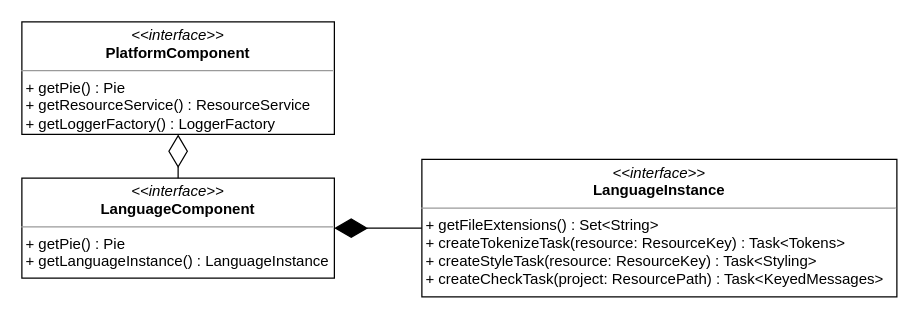
Earlier version of the draw.io diagram page "LanguageInstance" (15 of 22) of Spoofax3 Diagrams.drawio (AZWN/Spoofax-pie-diagrams). Source tidied: cells renumbered, new cells numbered last; positions are measured from the earlier drawing's top-left corner, leaving out a move shared by most shapes. Both pictures are drawn from the tidied source at 125%, with x=0, y=0 at pixel (21, 21).
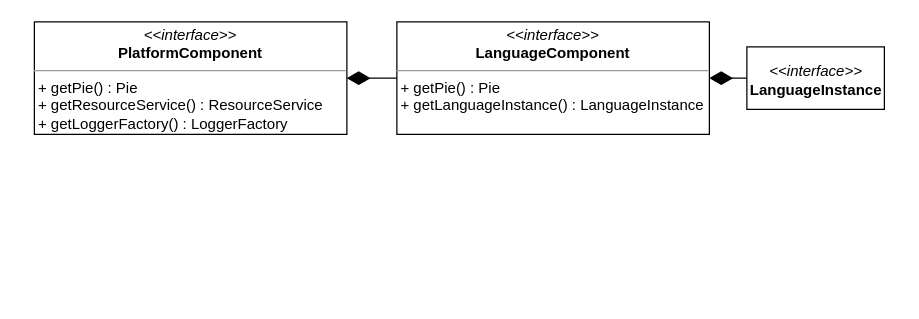
The same diagram, later.

Diff of the diagram source:
```diff
@@
 <mxGraphModel>
   <root>
     <mxCell id="0" />
     <mxCell id="1" parent="0" />
-    <mxCell id="2" value="&lt;p style=&quot;margin: 0px ; margin-top: 4px ; text-align: center&quot;&gt;&lt;i&gt;&amp;lt;&amp;lt;interface&amp;gt;&amp;gt;&lt;/i&gt;&lt;br&gt;&lt;b&gt;LanguageInstance&lt;/b&gt;&lt;/p&gt;&lt;hr size=&quot;1&quot;&gt;&amp;nbsp;+ getFileExtensions() : Set&amp;lt;String&amp;gt; &lt;br&gt;&amp;nbsp;+ createTokenizeTask(resource: ResourceKey) : Task&amp;lt;Tokens&amp;gt;&lt;br&gt;&amp;nbsp;+ createStyleTask(resource: ResourceKey) : Task&amp;lt;Styling&amp;gt;&lt;br&gt;&amp;nbsp;+ createCheckTask(project: ResourcePath) : Task&amp;lt;KeyedMessages&amp;gt;" style="verticalAlign=top;align=left;overflow=fill;fontSize=12;fontFamily=Helvetica;html=1;" parent="1" vertex="1">
-      <mxGeometry x="320" y="110" width="380" height="110" as="geometry" />
-    </mxCell>
     <mxCell id="3" value="&lt;p style=&quot;margin: 0px ; margin-top: 4px ; text-align: center&quot;&gt;&lt;i&gt;&amp;lt;&amp;lt;interface&amp;gt;&amp;gt;&lt;/i&gt;&lt;br&gt;&lt;b&gt;LanguageComponent&lt;/b&gt;&lt;/p&gt;&lt;hr size=&quot;1&quot;&gt;&lt;div&gt;&amp;nbsp;+ getPie() : Pie&lt;/div&gt;&lt;div&gt;&amp;nbsp;+ getLanguageInstance() : LanguageInstance&lt;br&gt;&lt;/div&gt;" style="verticalAlign=top;align=left;overflow=fill;fontSize=12;fontFamily=Helvetica;html=1;" parent="1" vertex="1">
-      <mxGeometry y="125" width="250" height="80" as="geometry" />
+      <mxGeometry x="300" width="250" height="90" as="geometry" />
     </mxCell>
     <mxCell id="4" value="&lt;p style=&quot;margin: 0px ; margin-top: 4px ; text-align: center&quot;&gt;&lt;i&gt;&amp;lt;&amp;lt;interface&amp;gt;&amp;gt;&lt;/i&gt;&lt;br&gt;&lt;b&gt;PlatformComponent&lt;/b&gt;&lt;/p&gt;&lt;hr size=&quot;1&quot;&gt;&lt;div&gt;&amp;nbsp;+ getPie() : Pie&lt;br&gt;&amp;nbsp;+ getResourceService() : ResourceService&lt;br&gt;&amp;nbsp;+ getLoggerFactory() : LoggerFactory&lt;br&gt;&lt;/div&gt;&lt;div&gt;&lt;br&gt;&lt;/div&gt;" style="verticalAlign=top;align=left;overflow=fill;fontSize=12;fontFamily=Helvetica;html=1;" parent="1" vertex="1">
-      <mxGeometry width="250" height="90" as="geometry" />
+      <mxGeometry x="10" width="250" height="90" as="geometry" />
     </mxCell>
-    <mxCell id="5" style="endArrow=diamondThin;endFill=1;endSize=24;html=1;entryX=1;entryY=0.5;entryDx=0;entryDy=0;exitX=0;exitY=0.5;exitDx=0;exitDy=0;" parent="1" edge="1" source="2" target="3">
+    <mxCell id="5" style="endArrow=diamondThin;endFill=1;endSize=16;html=1;entryX=1;entryY=0.5;entryDx=0;entryDy=0;exitX=0;exitY=0.5;exitDx=0;exitDy=0;" parent="1" edge="1" source="7" target="3">
       <mxGeometry relative="1" as="geometry" />
     </mxCell>
+    <mxCell id="7" value="&lt;p style=&quot;margin: 0px ; margin-top: 4px ; text-align: center&quot;&gt;&lt;i&gt;&amp;lt;&amp;lt;interface&amp;gt;&amp;gt;&lt;/i&gt;&lt;br&gt;&lt;b&gt;LanguageInstance&lt;/b&gt;&lt;/p&gt;" style="html=1;" parent="1" vertex="1">
+      <mxGeometry x="580" y="20" width="110" height="50" as="geometry" />
+    </mxCell>
-    <mxCell id="6" style="endArrow=diamondThin;endFill=0;endSize=24;html=1;entryX=0.5;entryY=1;entryDx=0;entryDy=0;exitX=0.5;exitY=0;exitDx=0;exitDy=0;" parent="1" edge="1" source="3" target="4">
+    <mxCell id="6" style="endArrow=diamondThin;endFill=1;endSize=16;html=1;entryX=1;entryY=0.5;entryDx=0;entryDy=0;exitX=0;exitY=0.5;exitDx=0;exitDy=0;" parent="1" edge="1" source="3" target="4">
       <mxGeometry relative="1" as="geometry" />
     </mxCell>
   </root>
 </mxGraphModel>
```
